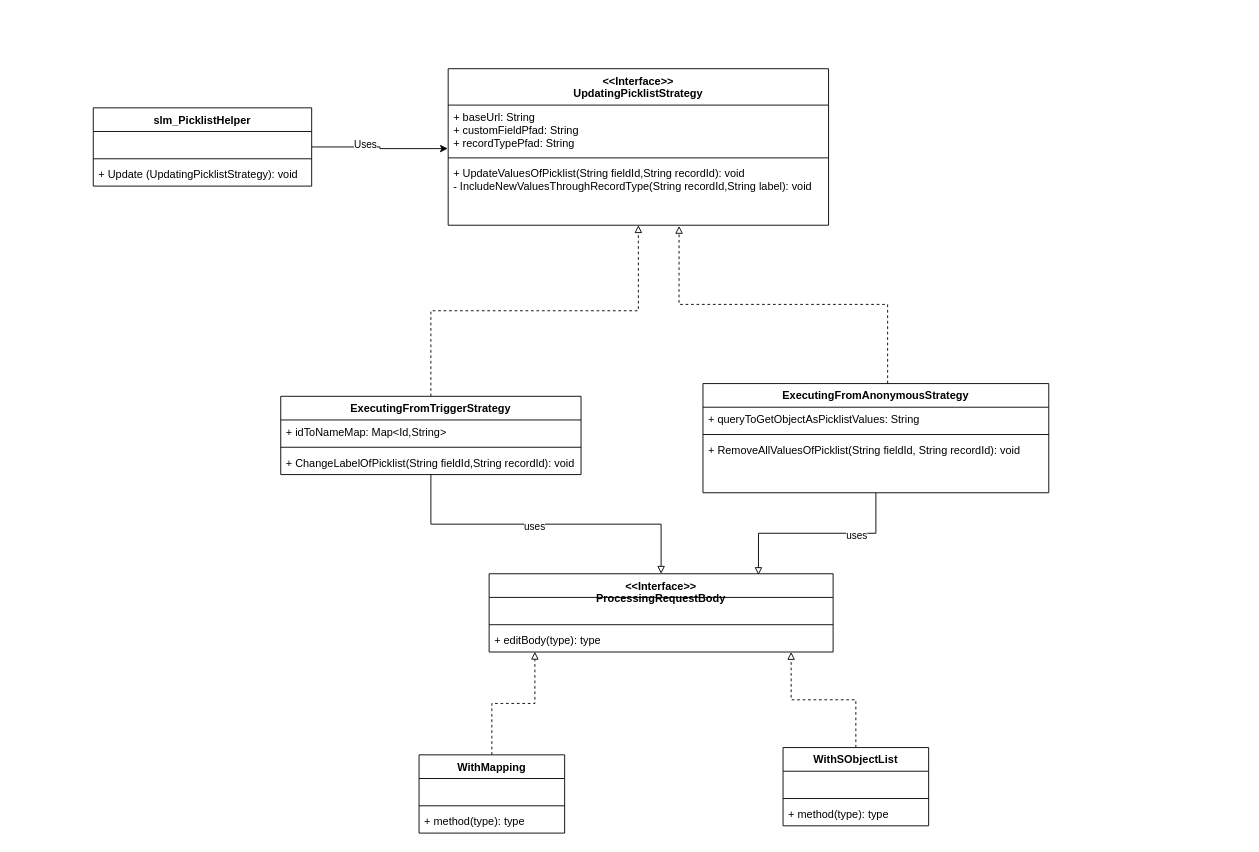
Before: Untitled Diagram.drawio in tuannguyenvn/DrawIO, a draw.io diagram. Source tidied: cells renumbered, new cells numbered last; positions are measured from the earlier drawing's top-left corner, leaving out a move shared by most shapes. Both pictures are drawn from the tidied source at 91%, with x=0, y=0 at pixel (93, 68).
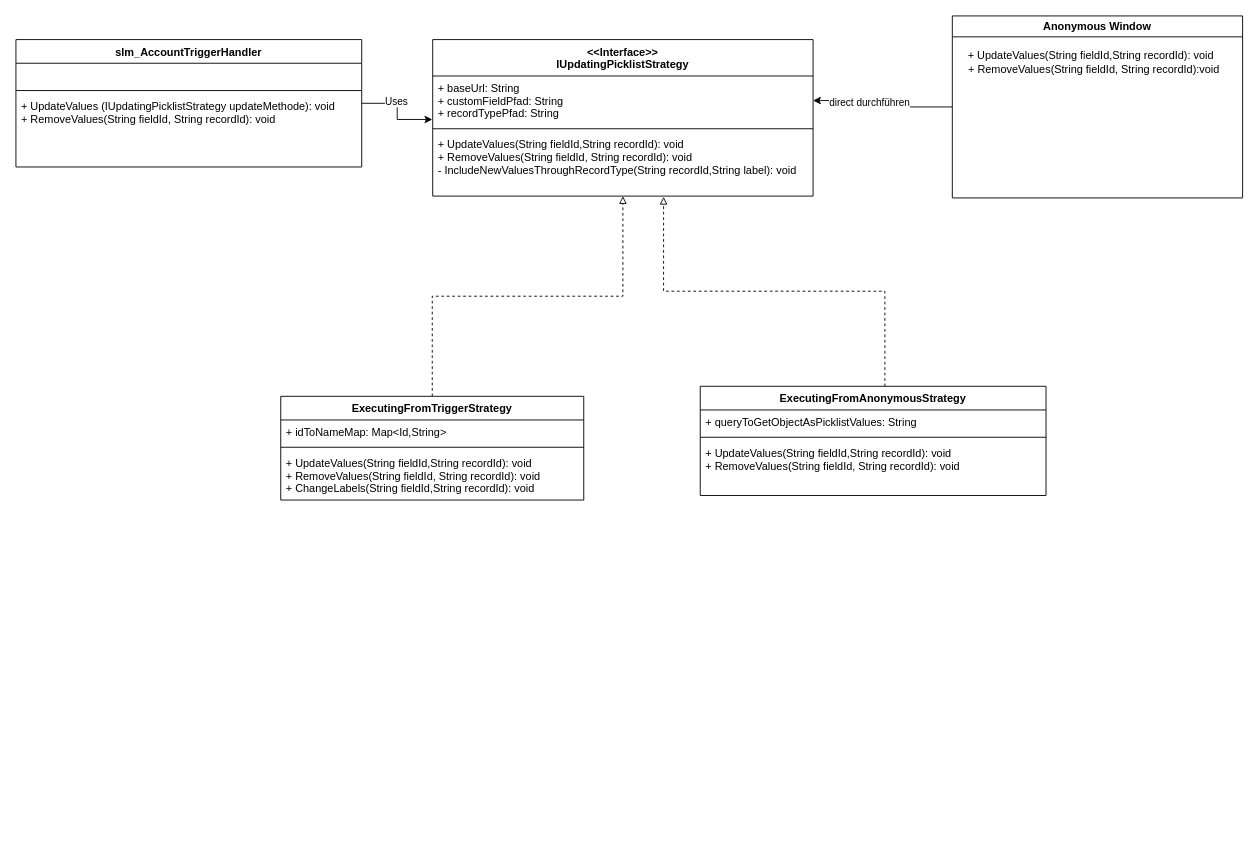
The same diagram, later.

The change refers to these unchanged cells:
```xml
<mxCell id="11" value="+ baseUrl: String&#10;+ customFieldPfad: String&#10;+ recordTypePfad: String" style="text;strokeColor=none;fillColor=none;align=left;verticalAlign=top;spacingLeft=4;spacingRight=4;overflow=hidden;points=[[0,0.5],[1,0.5]];portConstraint=eastwest;" parent="10" vertex="1">
  <mxGeometry y="40" width="418" height="54" as="geometry" />
</mxCell>
```

Change to the diagram source:
```diff
@@
-    <mxCell id="4" value="slm_PicklistHelper" style="swimlane;fontStyle=1;align=center;verticalAlign=top;horizontal=1;startSize=26;" parent="1" vertex="1">
-      <mxGeometry y="43" width="240" height="86" as="geometry" />
+    <mxCell id="4" value="slm_AccountTriggerHandler" style="swimlane;fontStyle=1;align=center;verticalAlign=top;horizontal=1;startSize=26;" parent="1" vertex="1">
+      <mxGeometry x="-85" y="-32" width="380" height="140" as="geometry" />
     </mxCell>
     <mxCell id="5" value=" " style="text;strokeColor=none;fillColor=none;align=left;verticalAlign=top;spacingLeft=4;spacingRight=4;overflow=hidden;" parent="4" vertex="1">
-      <mxGeometry y="26" width="240" height="26" as="geometry" />
+      <mxGeometry y="26" width="380" height="26" as="geometry" />
     </mxCell>
     <mxCell id="6" style="line;strokeWidth=1;fillColor=none;align=left;verticalAlign=middle;spacingTop=-1;spacingLeft=3;spacingRight=3;labelPosition=right;" parent="4" vertex="1">
-      <mxGeometry y="52" width="240" height="8" as="geometry" />
+      <mxGeometry y="52" width="380" height="8" as="geometry" />
     </mxCell>
-    <mxCell id="7" value="+ Update (UpdatingPicklistStrategy): void" style="text;strokeColor=none;fillColor=none;align=left;verticalAlign=top;spacingLeft=4;spacingRight=4;overflow=hidden;" parent="4" vertex="1">
-      <mxGeometry y="60" width="240" height="26" as="geometry" />
+    <mxCell id="7" value="+ UpdateValues (IUpdatingPicklistStrategy updateMethode): void&#10;+ RemoveValues(String fieldId, String recordId): void" style="text;strokeColor=none;fillColor=none;align=left;verticalAlign=top;spacingLeft=4;spacingRight=4;overflow=hidden;" parent="4" vertex="1">
+      <mxGeometry y="60" width="380" height="80" as="geometry" />
     </mxCell>
@@
-    <mxCell id="10" value="&lt;&lt;Interface&gt;&gt;&#10;UpdatingPicklistStrategy" style="swimlane;fontStyle=1;align=center;verticalAlign=top;horizontal=1;startSize=40;" parent="1" vertex="1">
-      <mxGeometry x="390" width="418" height="172" as="geometry" />
+    <mxCell id="10" value="&lt;&lt;Interface&gt;&gt;&#10;IUpdatingPicklistStrategy" style="swimlane;fontStyle=1;align=center;verticalAlign=top;horizontal=1;startSize=40;" parent="1" vertex="1">
+      <mxGeometry x="373" y="-32" width="418" height="172" as="geometry" />
     </mxCell>
@@
-    <mxCell id="13" value="+ UpdateValuesOfPicklist(String fieldId,String recordId): void&#10;- IncludeNewValuesThroughRecordType(String recordId,String label): void" style="text;strokeColor=none;fillColor=none;align=left;verticalAlign=top;spacingLeft=4;spacingRight=4;overflow=hidden;points=[[0,0.5],[1,0.5]];portConstraint=eastwest;" parent="10" vertex="1">
+    <mxCell id="13" value="+ UpdateValues(String fieldId,String recordId): void&#10;+ RemoveValues(String fieldId, String recordId): void&#10;- IncludeNewValuesThroughRecordType(String recordId,String label): void" style="text;strokeColor=none;fillColor=none;align=left;verticalAlign=top;spacingLeft=4;spacingRight=4;overflow=hidden;points=[[0,0.5],[1,0.5]];portConstraint=eastwest;" parent="10" vertex="1">
       <mxGeometry y="102" width="418" height="70" as="geometry" />
     </mxCell>
-    <mxCell id="14" style="edgeStyle=orthogonalEdgeStyle;rounded=0;jettySize=auto;html=1;endArrow=block;endFill=0;" parent="1" edge="1" source="16" target="26">
-      <mxGeometry relative="1" as="geometry" />
-    </mxCell>
-    <mxCell id="15" value="uses" style="edgeLabel;html=1;align=center;verticalAlign=middle;" parent="14" vertex="1">
-      <mxGeometry x="-0.07" y="-2" relative="1" as="geometry" />
-    </mxCell>
     <mxCell id="16" value="ExecutingFromTriggerStrategy" style="swimlane;fontStyle=1;align=center;verticalAlign=top;horizontal=1;startSize=26;" parent="1" vertex="1">
-      <mxGeometry x="206" y="360" width="330" height="86" as="geometry" />
+      <mxGeometry x="206" y="360" width="333" height="114" as="geometry" />
     </mxCell>
     <mxCell id="17" value="+ idToNameMap: Map&lt;Id,String&gt;" style="text;strokeColor=none;fillColor=none;align=left;verticalAlign=top;spacingLeft=4;spacingRight=4;overflow=hidden;" parent="16" vertex="1">
-      <mxGeometry y="26" width="330" height="26" as="geometry" />
+      <mxGeometry y="26" width="333" height="26" as="geometry" />
     </mxCell>
     <mxCell id="18" style="line;strokeWidth=1;fillColor=none;align=left;verticalAlign=middle;spacingTop=-1;spacingLeft=3;spacingRight=3;labelPosition=right;" parent="16" vertex="1">
-      <mxGeometry y="52" width="330" height="8" as="geometry" />
+      <mxGeometry y="52" width="333" height="8" as="geometry" />
     </mxCell>
-    <mxCell id="19" value="+ ChangeLabelOfPicklist(String fieldId,String recordId): void" style="text;strokeColor=none;fillColor=none;align=left;verticalAlign=top;spacingLeft=4;spacingRight=4;overflow=hidden;" parent="16" vertex="1">
-      <mxGeometry y="60" width="330" height="26" as="geometry" />
+    <mxCell id="19" value="+ UpdateValues(String fieldId,String recordId): void&#10;+ RemoveValues(String fieldId, String recordId): void&#10;+ ChangeLabels(String fieldId,String recordId): void" style="text;strokeColor=none;fillColor=none;align=left;verticalAlign=top;spacingLeft=4;spacingRight=4;overflow=hidden;" parent="16" vertex="1">
+      <mxGeometry y="60" width="333" height="54" as="geometry" />
     </mxCell>
-    <mxCell id="20" style="edgeStyle=orthogonalEdgeStyle;rounded=0;jettySize=auto;html=1;entryX=0.783;entryY=0.016;entryDx=0;entryDy=0;entryPerimeter=0;endArrow=block;endFill=0;" parent="1" edge="1" source="22" target="26">
-      <mxGeometry relative="1" as="geometry" />
-    </mxCell>
-    <mxCell id="21" value="uses" style="edgeLabel;html=1;align=center;verticalAlign=middle;" parent="20" vertex="1">
-      <mxGeometry x="-0.4" y="2" relative="1" as="geometry" />
-    </mxCell>
     <mxCell id="22" value="ExecutingFromAnonymousStrategy" style="swimlane;fontStyle=1;align=center;verticalAlign=top;horizontal=1;startSize=26;" parent="1" vertex="1">
-      <mxGeometry x="670" y="346" width="380" height="120" as="geometry" />
+      <mxGeometry x="667" y="349" width="380" height="120" as="geometry" />
     </mxCell>
@@
-    <mxCell id="25" value="+ RemoveAllValuesOfPicklist(String fieldId, String recordId): void" style="text;strokeColor=none;fillColor=none;align=left;verticalAlign=top;spacingLeft=4;spacingRight=4;overflow=hidden;" parent="22" vertex="1">
+    <mxCell id="25" value="+ UpdateValues(String fieldId,String recordId): void&#10;+ RemoveValues(String fieldId, String recordId): void" style="text;strokeColor=none;fillColor=none;align=left;verticalAlign=top;spacingLeft=4;spacingRight=4;overflow=hidden;" parent="22" vertex="1">
       <mxGeometry y="60" width="380" height="60" as="geometry" />
     </mxCell>
-    <mxCell id="26" value="&lt;&lt;Interface&gt;&gt;&#10;ProcessingRequestBody" style="swimlane;fontStyle=1;align=center;verticalAlign=top;horizontal=1;startSize=26;" parent="1" vertex="1">
-      <mxGeometry x="435" y="555" width="378" height="86" as="geometry" />
-    </mxCell>
-    <mxCell id="27" value=" " style="text;strokeColor=none;fillColor=none;align=left;verticalAlign=top;spacingLeft=4;spacingRight=4;overflow=hidden;" parent="26" vertex="1">
-      <mxGeometry y="26" width="378" height="26" as="geometry" />
-    </mxCell>
-    <mxCell id="28" style="line;strokeWidth=1;fillColor=none;align=left;verticalAlign=middle;spacingTop=-1;spacingLeft=3;spacingRight=3;labelPosition=right;" parent="26" vertex="1">
-      <mxGeometry y="52" width="378" height="8" as="geometry" />
-    </mxCell>
-    <mxCell id="29" value="+ editBody(type): type" style="text;strokeColor=none;fillColor=none;align=left;verticalAlign=top;spacingLeft=4;spacingRight=4;overflow=hidden;points=[[0,0.5],[1,0.5]];portConstraint=eastwest;" parent="26" vertex="1">
-      <mxGeometry y="60" width="378" height="26" as="geometry" />
-    </mxCell>
-    <mxCell id="30" style="edgeStyle=orthogonalEdgeStyle;rounded=0;jettySize=auto;html=1;dashed=1;endArrow=block;endFill=0;entryX=0.878;entryY=1;entryDx=0;entryDy=0;entryPerimeter=0;" parent="1" edge="1" source="31" target="29">
-      <mxGeometry relative="1" as="geometry" />
-    </mxCell>
-    <mxCell id="31" value="WithSObjectList" style="swimlane;fontStyle=1;align=center;verticalAlign=top;horizontal=1;startSize=26;" parent="1" vertex="1">
-      <mxGeometry x="758" y="746" width="160" height="86" as="geometry" />
-    </mxCell>
-    <mxCell id="32" value=" " style="text;strokeColor=none;fillColor=none;align=left;verticalAlign=top;spacingLeft=4;spacingRight=4;overflow=hidden;" parent="31" vertex="1">
-      <mxGeometry y="26" width="160" height="26" as="geometry" />
-    </mxCell>
-    <mxCell id="33" style="line;strokeWidth=1;fillColor=none;align=left;verticalAlign=middle;spacingTop=-1;spacingLeft=3;spacingRight=3;labelPosition=right;" parent="31" vertex="1">
-      <mxGeometry y="52" width="160" height="8" as="geometry" />
-    </mxCell>
-    <mxCell id="34" value="+ method(type): type" style="text;strokeColor=none;fillColor=none;align=left;verticalAlign=top;spacingLeft=4;spacingRight=4;overflow=hidden;" parent="31" vertex="1">
-      <mxGeometry y="60" width="160" height="26" as="geometry" />
-    </mxCell>
-    <mxCell id="35" style="edgeStyle=orthogonalEdgeStyle;rounded=0;jettySize=auto;html=1;entryX=0.133;entryY=0.992;entryDx=0;entryDy=0;entryPerimeter=0;endArrow=block;endFill=0;dashed=1;" parent="1" edge="1" source="36" target="29">
-      <mxGeometry relative="1" as="geometry" />
-    </mxCell>
-    <mxCell id="36" value="WithMapping" style="swimlane;fontStyle=1;align=center;verticalAlign=top;horizontal=1;startSize=26;" parent="1" vertex="1">
-      <mxGeometry x="358" y="754" width="160" height="86" as="geometry" />
-    </mxCell>
-    <mxCell id="37" value=" " style="text;strokeColor=none;fillColor=none;align=left;verticalAlign=top;spacingLeft=4;spacingRight=4;overflow=hidden;" parent="36" vertex="1">
-      <mxGeometry y="26" width="160" height="26" as="geometry" />
-    </mxCell>
-    <mxCell id="38" style="line;strokeWidth=1;fillColor=none;align=left;verticalAlign=middle;spacingTop=-1;spacingLeft=3;spacingRight=3;labelPosition=right;" parent="36" vertex="1">
-      <mxGeometry y="52" width="160" height="8" as="geometry" />
-    </mxCell>
-    <mxCell id="39" value="+ method(type): type" style="text;strokeColor=none;fillColor=none;align=left;verticalAlign=top;spacingLeft=4;spacingRight=4;overflow=hidden;" parent="36" vertex="1">
-      <mxGeometry y="60" width="160" height="26" as="geometry" />
-    </mxCell>
+    <mxCell id="40" style="edgeStyle=orthogonalEdgeStyle;rounded=0;jettySize=auto;html=1;entryX=1;entryY=0.5;entryDx=0;entryDy=0;" parent="1" edge="1" source="42" target="11">
+      <mxGeometry relative="1" as="geometry" />
+    </mxCell>
+    <mxCell id="41" value="direct durchführen" style="edgeLabel;html=1;align=center;verticalAlign=middle;" parent="40" vertex="1">
+      <mxGeometry x="0.24" y="1" relative="1" as="geometry" />
+    </mxCell>
+    <mxCell id="42" value="Anonymous Window" style="swimlane;" parent="1" vertex="1">
+      <mxGeometry x="944" y="-58" width="319" height="200" as="geometry" />
+    </mxCell>
+    <mxCell id="43" value="&lt;span style=&quot;text-align: left&quot;&gt;+ UpdateValues(String fieldId,String recordId): void&lt;br&gt;&lt;/span&gt;&lt;span style=&quot;text-align: left&quot;&gt;&amp;nbsp; &amp;nbsp;+ RemoveValues(String fieldId, String recordId):void&amp;nbsp;&lt;/span&gt;" style="text;html=1;align=center;verticalAlign=middle;strokeColor=none;" parent="42" vertex="1">
+      <mxGeometry x="2" y="35" width="300" height="31" as="geometry" />
+    </mxCell>
```
